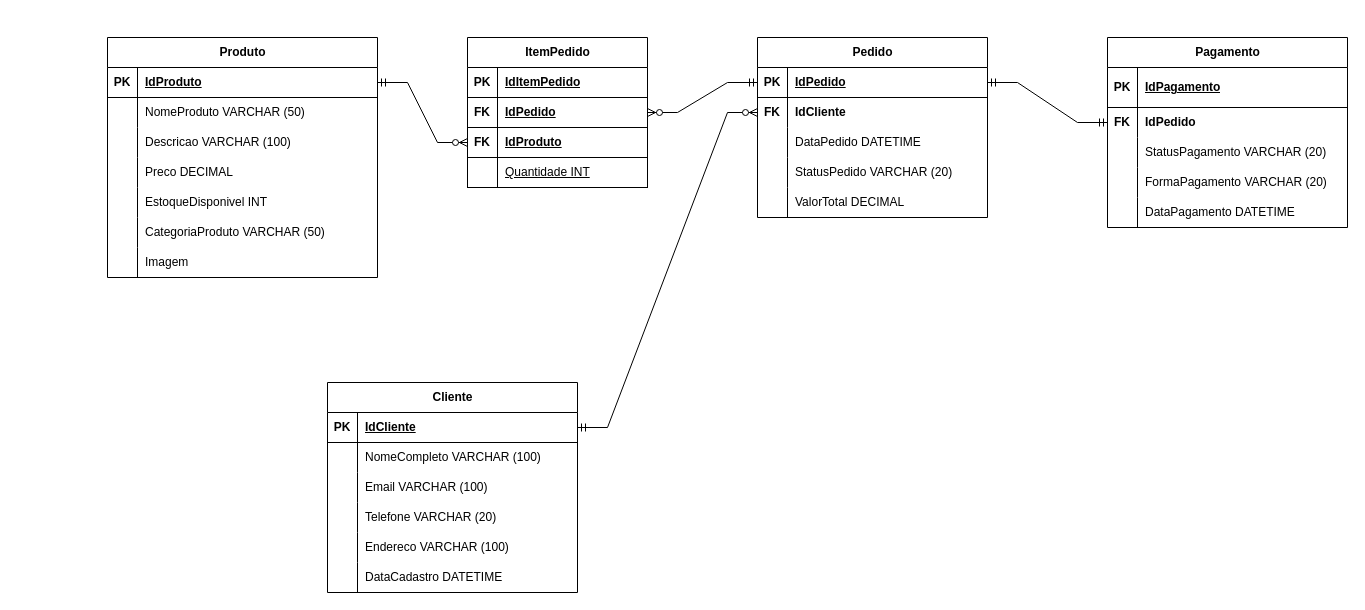
Earlier version of the draw.io diagram page "Modelo Físico" (3 of 3) of Banco de dados/Exercicios02Abril.drawio (Luscatista/E-Commerce). Source tidied: cells renumbered, new cells numbered last; positions are measured from the earlier drawing's top-left corner, leaving out a move shared by most shapes. Both pictures are drawn from the tidied source at 100%, with x=0, y=0 at pixel (107, 37).
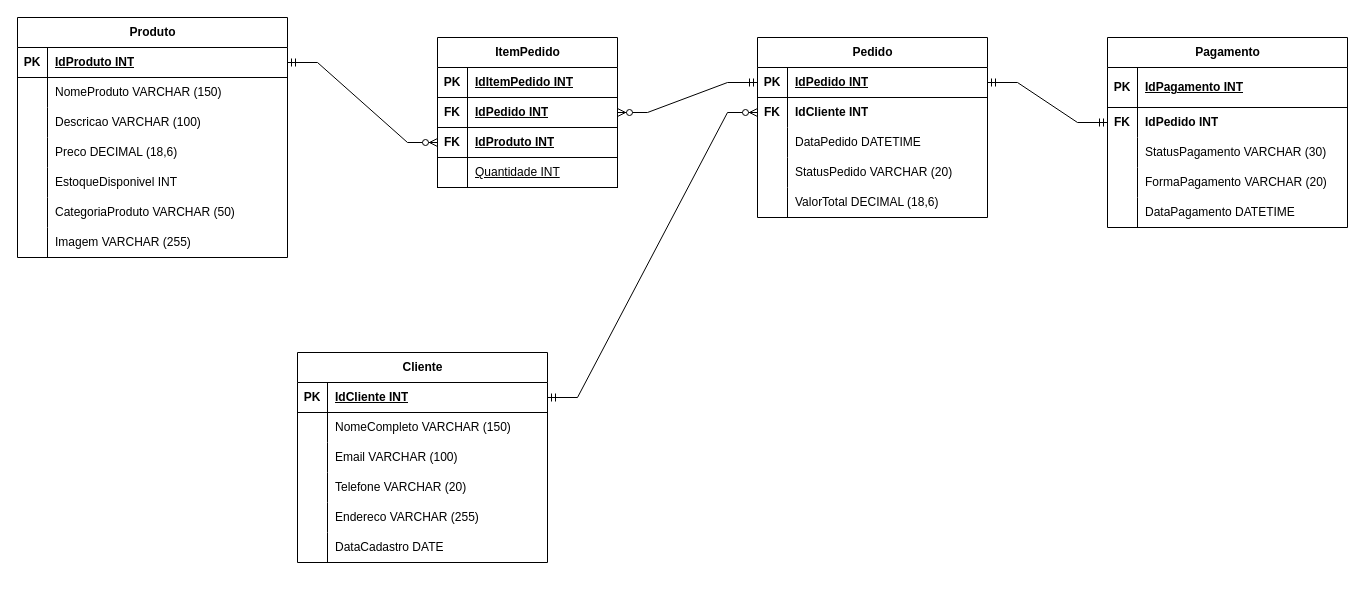
The same diagram, later.

Commit message:
Modelo Físico elaborado

The change refers to these unchanged cells:
```xml
<mxCell id="3" style="shape=tableRow;horizontal=0;startSize=0;swimlaneHead=0;swimlaneBody=0;fillColor=none;points=[[0,0.5],[1,0.5]];portConstraint=eastwest;top=0;left=0;right=0;bottom=1;" parent="2" vertex="1">
  <mxGeometry y="30" width="230" height="30" as="geometry" />
</mxCell>
<mxCell id="6" style="shape=tableRow;horizontal=0;startSize=0;swimlaneHead=0;swimlaneBody=0;fillColor=none;points=[[0,0.5],[1,0.5]];portConstraint=eastwest;top=0;left=0;right=0;bottom=0;" parent="2" vertex="1">
  <mxGeometry y="60" width="230" height="30" as="geometry" />
</mxCell>
<mxCell id="15" style="shape=tableRow;horizontal=0;startSize=0;swimlaneHead=0;swimlaneBody=0;fillColor=none;top=0;left=0;right=0;bottom=0;" parent="2" vertex="1">
  <mxGeometry y="150" width="230" height="30" as="geometry" />
</mxCell>
<mxCell id="19" style="shape=tableRow;horizontal=0;startSize=0;swimlaneHead=0;swimlaneBody=0;fillColor=none;points=[[0,0.5],[1,0.5]];portConstraint=eastwest;top=0;left=0;right=0;bottom=1;" parent="18" vertex="1">
  <mxGeometry y="30" width="270" height="30" as="geometry" />
</mxCell>
<mxCell id="22" style="shape=tableRow;horizontal=0;startSize=0;swimlaneHead=0;swimlaneBody=0;fillColor=none;top=0;left=0;right=0;bottom=0;" parent="18" vertex="1">
  <mxGeometry y="60" width="270" height="30" as="geometry" />
</mxCell>
<mxCell id="28" style="shape=tableRow;horizontal=0;startSize=0;swimlaneHead=0;swimlaneBody=0;fillColor=none;top=0;left=0;right=0;bottom=0;" parent="18" vertex="1">
  <mxGeometry y="120" width="270" height="30" as="geometry" />
</mxCell>
<mxCell id="37" style="shape=tableRow;horizontal=0;startSize=0;swimlaneHead=0;swimlaneBody=0;fillColor=none;top=0;left=0;right=0;bottom=0;" parent="18" vertex="1">
  <mxGeometry y="210" width="270" height="30" as="geometry" />
</mxCell>
<mxCell id="41" style="shape=tableRow;horizontal=0;startSize=0;swimlaneHead=0;swimlaneBody=0;fillColor=none;top=0;left=0;right=0;bottom=1;" parent="40" vertex="1">
  <mxGeometry y="30" width="240" height="40" as="geometry" />
</mxCell>
<mxCell id="44" style="shape=tableRow;horizontal=0;startSize=0;swimlaneHead=0;swimlaneBody=0;fillColor=none;points=[[0,0.5],[1,0.5]];portConstraint=eastwest;top=0;left=0;right=0;bottom=0;" parent="40" vertex="1">
  <mxGeometry y="70" width="240" height="30" as="geometry" />
</mxCell>
<mxCell id="47" style="shape=tableRow;horizontal=0;startSize=0;swimlaneHead=0;swimlaneBody=0;fillColor=none;top=0;left=0;right=0;bottom=0;" parent="40" vertex="1">
  <mxGeometry y="100" width="240" height="30" as="geometry" />
</mxCell>
<mxCell id="57" style="shape=tableRow;horizontal=0;startSize=0;swimlaneHead=0;swimlaneBody=0;fillColor=none;top=0;left=0;right=0;bottom=1;" parent="56" vertex="1">
  <mxGeometry y="30" width="180" height="30" as="geometry" />
</mxCell>
<mxCell id="60" style="shape=tableRow;horizontal=0;startSize=0;swimlaneHead=0;swimlaneBody=0;fillColor=none;points=[[0,0.5],[1,0.5]];portConstraint=eastwest;top=0;left=0;right=0;bottom=1;" parent="56" vertex="1">
  <mxGeometry y="60" width="180" height="30" as="geometry" />
</mxCell>
<mxCell id="63" style="shape=tableRow;horizontal=0;startSize=0;swimlaneHead=0;swimlaneBody=0;fillColor=none;points=[[0,0.5],[1,0.5]];portConstraint=eastwest;top=0;left=0;right=0;bottom=1;" parent="56" vertex="1">
  <mxGeometry y="90" width="180" height="30" as="geometry" />
</mxCell>
<mxCell id="70" style="shape=tableRow;horizontal=0;startSize=0;swimlaneHead=0;swimlaneBody=0;fillColor=none;points=[[0,0.5],[1,0.5]];portConstraint=eastwest;top=0;left=0;right=0;bottom=1;" parent="69" vertex="1">
  <mxGeometry y="30" width="250" height="30" as="geometry" />
</mxCell>
<mxCell id="73" style="shape=tableRow;horizontal=0;startSize=0;swimlaneHead=0;swimlaneBody=0;fillColor=none;top=0;left=0;right=0;bottom=0;" parent="69" vertex="1">
  <mxGeometry y="60" width="250" height="30" as="geometry" />
</mxCell>
<mxCell id="82" style="shape=tableRow;horizontal=0;startSize=0;swimlaneHead=0;swimlaneBody=0;fillColor=none;top=0;left=0;right=0;bottom=0;" parent="69" vertex="1">
  <mxGeometry y="150" width="250" height="30" as="geometry" />
</mxCell>
<mxCell id="85" style="shape=tableRow;horizontal=0;startSize=0;swimlaneHead=0;swimlaneBody=0;fillColor=none;top=0;left=0;right=0;bottom=0;" parent="69" vertex="1">
  <mxGeometry y="180" width="250" height="30" as="geometry" />
</mxCell>
```

Diff of the diagram source:
```diff
@@
-    <mxCell id="5" value="IdPedido" style="shape=partialRectangle;fillColor=none;top=0;left=0;bottom=0;right=0;align=left;spacingLeft=6;fontStyle=5;overflow=hidden;whiteSpace=wrap;html=1;" parent="3" vertex="1">
+    <mxCell id="5" value="IdPedido INT" style="shape=partialRectangle;fillColor=none;top=0;left=0;bottom=0;right=0;align=left;spacingLeft=6;fontStyle=5;overflow=hidden;whiteSpace=wrap;html=1;" parent="3" vertex="1">
       <mxGeometry x="30" width="200" height="30" as="geometry" />
     </mxCell>
@@
-    <mxCell id="8" value="&lt;b&gt;IdCliente&lt;/b&gt;" style="shape=partialRectangle;fillColor=none;top=0;left=0;bottom=0;right=0;align=left;spacingLeft=6;overflow=hidden;whiteSpace=wrap;html=1;" parent="6" vertex="1">
+    <mxCell id="8" value="&lt;b&gt;IdCliente INT&lt;/b&gt;" style="shape=partialRectangle;fillColor=none;top=0;left=0;bottom=0;right=0;align=left;spacingLeft=6;overflow=hidden;whiteSpace=wrap;html=1;" parent="6" vertex="1">
       <mxGeometry x="30" width="200" height="30" as="geometry" />
     </mxCell>
@@
-    <mxCell id="17" value="ValorTotal DECIMAL" style="shape=partialRectangle;fillColor=none;top=0;left=0;bottom=0;right=0;align=left;spacingLeft=6;overflow=hidden;whiteSpace=wrap;html=1;" parent="15" vertex="1">
+    <mxCell id="17" value="ValorTotal DECIMAL (18,6)" style="shape=partialRectangle;fillColor=none;top=0;left=0;bottom=0;right=0;align=left;spacingLeft=6;overflow=hidden;whiteSpace=wrap;html=1;" parent="15" vertex="1">
       <mxGeometry x="30" width="200" height="30" as="geometry" />
     </mxCell>
     <mxCell id="18" value="Produto" style="shape=table;startSize=30;childLayout=tableLayout;rowLines=0;fontStyle=1;align=center;html=1;" parent="1" vertex="1">
-      <mxGeometry width="270" height="240" as="geometry" />
+      <mxGeometry x="-90" y="-20" width="270" height="240" as="geometry" />
     </mxCell>
@@
-    <mxCell id="21" value="IdProduto" style="shape=partialRectangle;fillColor=none;top=0;left=0;bottom=0;right=0;align=left;spacingLeft=6;fontStyle=5;overflow=hidden;whiteSpace=wrap;html=1;" parent="19" vertex="1">
+    <mxCell id="21" value="IdProduto INT" style="shape=partialRectangle;fillColor=none;top=0;left=0;bottom=0;right=0;align=left;spacingLeft=6;fontStyle=5;overflow=hidden;whiteSpace=wrap;html=1;" parent="19" vertex="1">
       <mxGeometry x="30" width="240" height="30" as="geometry" />
     </mxCell>
@@
-    <mxCell id="24" value="NomeProduto VARCHAR (50)" style="shape=partialRectangle;fillColor=none;top=0;left=0;bottom=0;right=0;align=left;spacingLeft=6;overflow=hidden;whiteSpace=wrap;html=1;" parent="22" vertex="1">
+    <mxCell id="24" value="NomeProduto VARCHAR (150)" style="shape=partialRectangle;fillColor=none;top=0;left=0;bottom=0;right=0;align=left;spacingLeft=6;overflow=hidden;whiteSpace=wrap;html=1;" parent="22" vertex="1">
       <mxGeometry x="30" width="240" height="30" as="geometry" />
     </mxCell>
@@
-    <mxCell id="30" value="Preco DECIMAL" style="shape=partialRectangle;fillColor=none;top=0;left=0;bottom=0;right=0;align=left;spacingLeft=6;overflow=hidden;whiteSpace=wrap;html=1;" parent="28" vertex="1">
+    <mxCell id="30" value="Preco DECIMAL (18,6)" style="shape=partialRectangle;fillColor=none;top=0;left=0;bottom=0;right=0;align=left;spacingLeft=6;overflow=hidden;whiteSpace=wrap;html=1;" parent="28" vertex="1">
       <mxGeometry x="30" width="240" height="30" as="geometry" />
     </mxCell>
@@
-    <mxCell id="39" value="Imagem&amp;nbsp;" style="shape=partialRectangle;fillColor=none;top=0;left=0;bottom=0;right=0;align=left;spacingLeft=6;overflow=hidden;whiteSpace=wrap;html=1;" parent="37" vertex="1">
+    <mxCell id="39" value="Imagem VARCHAR (255)" style="shape=partialRectangle;fillColor=none;top=0;left=0;bottom=0;right=0;align=left;spacingLeft=6;overflow=hidden;whiteSpace=wrap;html=1;" parent="37" vertex="1">
       <mxGeometry x="30" width="240" height="30" as="geometry" />
     </mxCell>
@@
-    <mxCell id="43" value="IdPagamento" style="shape=partialRectangle;fillColor=none;top=0;left=0;bottom=0;right=0;align=left;spacingLeft=6;fontStyle=5;overflow=hidden;whiteSpace=wrap;html=1;" parent="41" vertex="1">
+    <mxCell id="43" value="IdPagamento INT" style="shape=partialRectangle;fillColor=none;top=0;left=0;bottom=0;right=0;align=left;spacingLeft=6;fontStyle=5;overflow=hidden;whiteSpace=wrap;html=1;" parent="41" vertex="1">
       <mxGeometry x="30" width="210" height="40" as="geometry" />
     </mxCell>
@@
-    <mxCell id="46" value="&lt;b&gt;IdPedido&lt;/b&gt;" style="shape=partialRectangle;fillColor=none;top=0;left=0;bottom=0;right=0;align=left;spacingLeft=6;overflow=hidden;whiteSpace=wrap;html=1;" parent="44" vertex="1">
+    <mxCell id="46" value="&lt;b&gt;IdPedido INT&lt;/b&gt;" style="shape=partialRectangle;fillColor=none;top=0;left=0;bottom=0;right=0;align=left;spacingLeft=6;overflow=hidden;whiteSpace=wrap;html=1;" parent="44" vertex="1">
       <mxGeometry x="30" width="210" height="30" as="geometry" />
     </mxCell>
@@
-    <mxCell id="49" value="StatusPagamento VARCHAR (20)" style="shape=partialRectangle;fillColor=none;top=0;left=0;bottom=0;right=0;align=left;spacingLeft=6;overflow=hidden;whiteSpace=wrap;html=1;" parent="47" vertex="1">
+    <mxCell id="49" value="StatusPagamento VARCHAR (30)" style="shape=partialRectangle;fillColor=none;top=0;left=0;bottom=0;right=0;align=left;spacingLeft=6;overflow=hidden;whiteSpace=wrap;html=1;" parent="47" vertex="1">
       <mxGeometry x="30" width="210" height="30" as="geometry" />
     </mxCell>
@@
     <mxCell id="56" value="ItemPedido" style="shape=table;startSize=30;childLayout=tableLayout;rowLines=0;fontStyle=1;align=center;html=1;" parent="1" vertex="1">
-      <mxGeometry x="360" width="180" height="150" as="geometry" />
+      <mxGeometry x="330" width="180" height="150" as="geometry" />
     </mxCell>
@@
-    <mxCell id="59" value="IdItemPedido" style="shape=partialRectangle;fillColor=none;top=0;left=0;bottom=0;right=0;align=left;spacingLeft=6;fontStyle=5;overflow=hidden;whiteSpace=wrap;html=1;" parent="57" vertex="1">
+    <mxCell id="59" value="IdItemPedido INT" style="shape=partialRectangle;fillColor=none;top=0;left=0;bottom=0;right=0;align=left;spacingLeft=6;fontStyle=5;overflow=hidden;whiteSpace=wrap;html=1;" parent="57" vertex="1">
       <mxGeometry x="30" width="150" height="30" as="geometry" />
     </mxCell>
@@
-    <mxCell id="62" value="IdPedido" style="shape=partialRectangle;fillColor=none;top=0;left=0;bottom=0;right=0;align=left;spacingLeft=6;fontStyle=5;overflow=hidden;whiteSpace=wrap;html=1;" parent="60" vertex="1">
+    <mxCell id="62" value="IdPedido INT" style="shape=partialRectangle;fillColor=none;top=0;left=0;bottom=0;right=0;align=left;spacingLeft=6;fontStyle=5;overflow=hidden;whiteSpace=wrap;html=1;" parent="60" vertex="1">
       <mxGeometry x="30" width="150" height="30" as="geometry" />
     </mxCell>
@@
-    <mxCell id="65" value="IdProduto" style="shape=partialRectangle;fillColor=none;top=0;left=0;bottom=0;right=0;align=left;spacingLeft=6;fontStyle=5;overflow=hidden;whiteSpace=wrap;html=1;" parent="63" vertex="1">
+    <mxCell id="65" value="IdProduto INT" style="shape=partialRectangle;fillColor=none;top=0;left=0;bottom=0;right=0;align=left;spacingLeft=6;fontStyle=5;overflow=hidden;whiteSpace=wrap;html=1;" parent="63" vertex="1">
       <mxGeometry x="30" width="150" height="30" as="geometry" />
     </mxCell>
@@
     <mxCell id="69" value="Cliente" style="shape=table;startSize=30;childLayout=tableLayout;rowLines=0;fontStyle=1;align=center;html=1;" parent="1" vertex="1">
-      <mxGeometry x="220" y="345" width="250" height="210" as="geometry" />
+      <mxGeometry x="190" y="315" width="250" height="210" as="geometry" />
     </mxCell>
@@
-    <mxCell id="72" value="IdCliente" style="shape=partialRectangle;fillColor=none;top=0;left=0;bottom=0;right=0;align=left;spacingLeft=6;fontStyle=5;overflow=hidden;whiteSpace=wrap;html=1;" parent="70" vertex="1">
+    <mxCell id="72" value="IdCliente INT" style="shape=partialRectangle;fillColor=none;top=0;left=0;bottom=0;right=0;align=left;spacingLeft=6;fontStyle=5;overflow=hidden;whiteSpace=wrap;html=1;" parent="70" vertex="1">
       <mxGeometry x="30" width="220" height="30" as="geometry" />
     </mxCell>
@@
-    <mxCell id="75" value="NomeCompleto VARCHAR (100)" style="shape=partialRectangle;fillColor=none;top=0;left=0;bottom=0;right=0;align=left;spacingLeft=6;overflow=hidden;whiteSpace=wrap;html=1;" parent="73" vertex="1">
+    <mxCell id="75" value="NomeCompleto VARCHAR (150)" style="shape=partialRectangle;fillColor=none;top=0;left=0;bottom=0;right=0;align=left;spacingLeft=6;overflow=hidden;whiteSpace=wrap;html=1;" parent="73" vertex="1">
       <mxGeometry x="30" width="220" height="30" as="geometry" />
     </mxCell>
@@
-    <mxCell id="84" value="Endereco VARCHAR (100)" style="shape=partialRectangle;fillColor=none;top=0;left=0;bottom=0;right=0;align=left;spacingLeft=6;overflow=hidden;whiteSpace=wrap;html=1;" parent="82" vertex="1">
+    <mxCell id="84" value="Endereco VARCHAR (255)" style="shape=partialRectangle;fillColor=none;top=0;left=0;bottom=0;right=0;align=left;spacingLeft=6;overflow=hidden;whiteSpace=wrap;html=1;" parent="82" vertex="1">
       <mxGeometry x="30" width="220" height="30" as="geometry" />
     </mxCell>
@@
-    <mxCell id="87" value="DataCadastro DATETIME" style="shape=partialRectangle;fillColor=none;top=0;left=0;bottom=0;right=0;align=left;spacingLeft=6;overflow=hidden;whiteSpace=wrap;html=1;" parent="85" vertex="1">
+    <mxCell id="87" value="DataCadastro DATE" style="shape=partialRectangle;fillColor=none;top=0;left=0;bottom=0;right=0;align=left;spacingLeft=6;overflow=hidden;whiteSpace=wrap;html=1;" parent="85" vertex="1">
       <mxGeometry x="30" width="220" height="30" as="geometry" />
     </mxCell>
```
